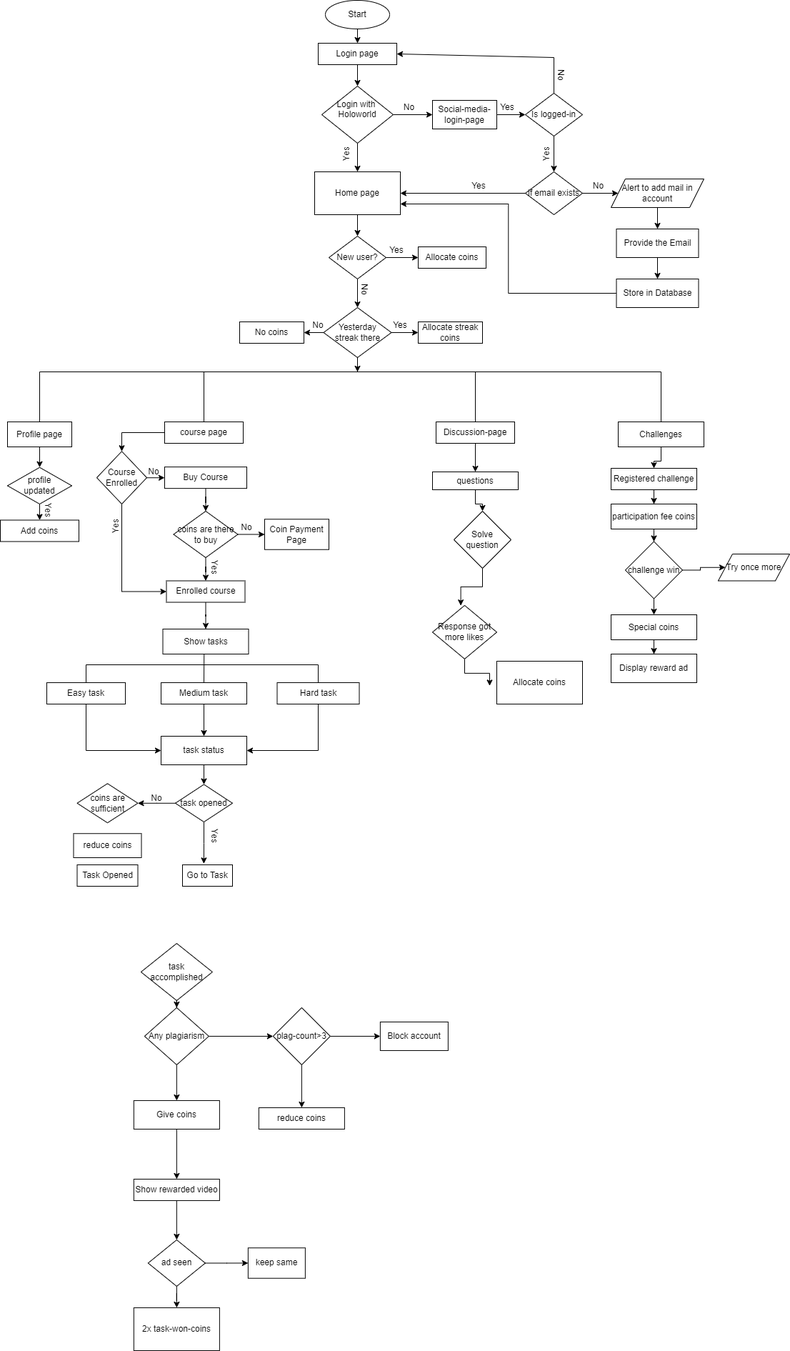
Above: public/Coin-flow-chart.drawio.png in karthiksatish159/googleads (draw.io), before the change. Source tidied: cells renumbered, new cells last; positions are measured from the earlier drawing's top-left corner, leaving out a move shared by most shapes.
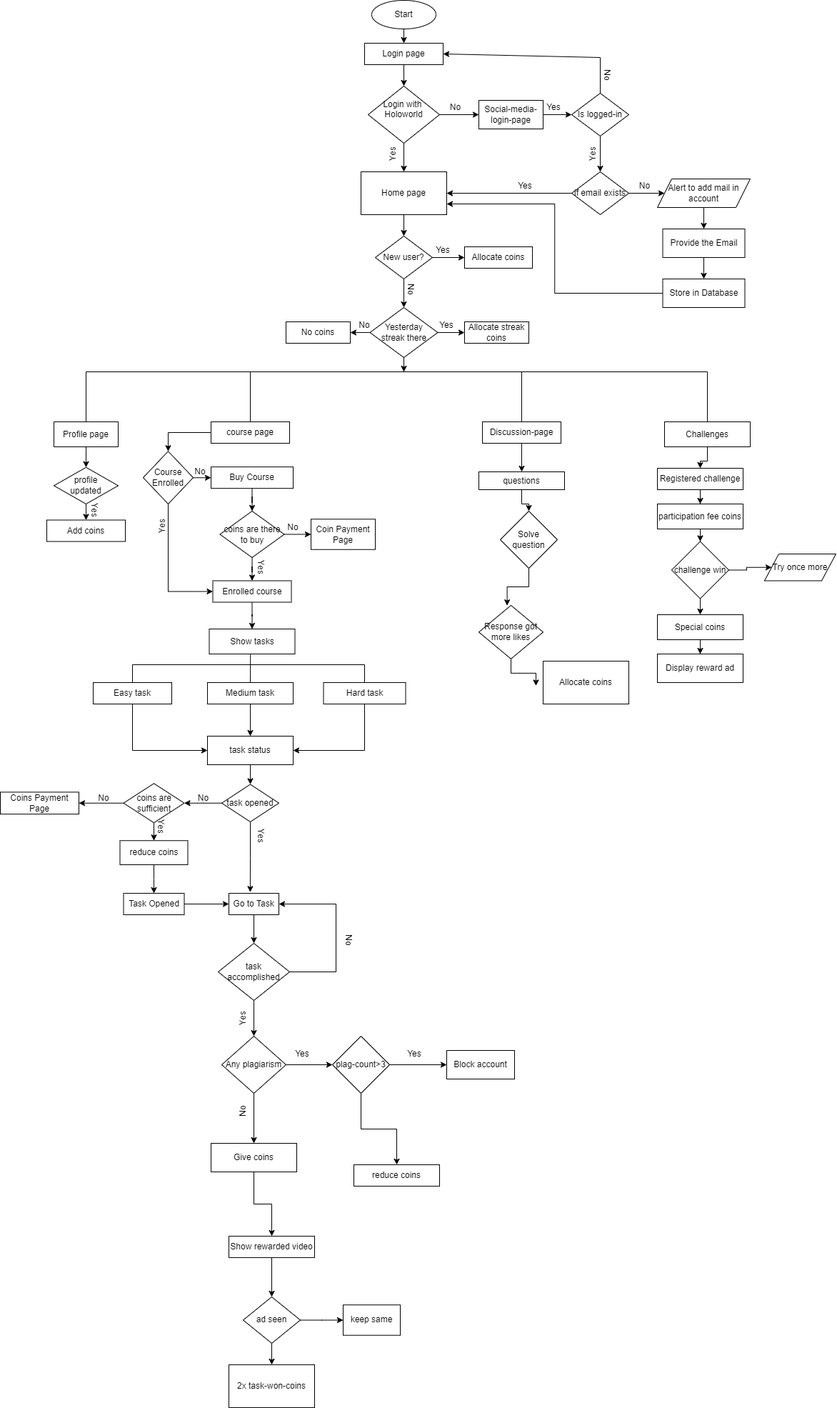
After the change.

The edit, as a diff of the source:
```diff
@@ -85,8 +85,11 @@
     <mxCell id="28" value="task opened" style="rhombus;whiteSpace=wrap;html=1;rounded=0;" parent="1" vertex="1">
       <mxGeometry x="245" y="1097.5" width="80" height="52.5" as="geometry" />
     </mxCell>
+    <mxCell id="136" style="edgeStyle=orthogonalEdgeStyle;rounded=0;jettySize=auto;html=1;" parent="1" edge="1" source="29" target="132">
+      <mxGeometry relative="1" as="geometry" />
+    </mxCell>
     <mxCell id="29" value="reduce coins" style="whiteSpace=wrap;html=1;rounded=0;" parent="1" vertex="1">
-      <mxGeometry x="102.5" y="1166.2" width="95" height="33.8" as="geometry" />
+      <mxGeometry x="102.5" y="1176.2" width="95" height="33.8" as="geometry" />
     </mxCell>
     <mxCell id="30" value="Easy task" style="rounded=0;whiteSpace=wrap;html=1;" parent="1" vertex="1">
       <mxGeometry x="65" y="955" width="110" height="30" as="geometry" />
@@ -107,13 +110,11 @@
     <mxCell id="34" value="Hard task" style="rounded=0;whiteSpace=wrap;html=1;" parent="1" vertex="1">
       <mxGeometry x="387.5" y="955" width="115" height="30" as="geometry" />
     </mxCell>
-    <mxCell id="35" style="edgeStyle=orthogonalEdgeStyle;rounded=0;jettySize=auto;html=1;" parent="1" edge="1" target="39">
-      <mxGeometry relative="1" as="geometry">
-        <mxPoint x="246.9" y="1390.6" as="sourcePoint" />
-      </mxGeometry>
-    </mxCell>
+    <mxCell id="137" style="edgeStyle=orthogonalEdgeStyle;rounded=0;jettySize=auto;html=1;" parent="1" edge="1" source="36" target="39">
+      <mxGeometry relative="1" as="geometry" />
+    </mxCell>
     <mxCell id="36" value="task accomplished" style="rhombus;whiteSpace=wrap;html=1;rounded=0;" parent="1" vertex="1">
-      <mxGeometry x="196.9" y="1320" width="100" height="80" as="geometry" />
+      <mxGeometry x="240" y="1320" width="100" height="80" as="geometry" />
     </mxCell>
     <mxCell id="37" style="edgeStyle=orthogonalEdgeStyle;rounded=0;jettySize=auto;html=1;" parent="1" edge="1" source="39" target="42">
       <mxGeometry relative="1" as="geometry" />
@@ -122,7 +123,7 @@
       <mxGeometry relative="1" as="geometry" />
     </mxCell>
     <mxCell id="39" value="Any plagiarism" style="rhombus;whiteSpace=wrap;html=1;rounded=0;" parent="1" vertex="1">
-      <mxGeometry x="201.9" y="1410" width="90" height="80" as="geometry" />
+      <mxGeometry x="245" y="1450" width="90" height="80" as="geometry" />
     </mxCell>
     <mxCell id="40" style="edgeStyle=orthogonalEdgeStyle;rounded=0;jettySize=auto;html=1;" parent="1" edge="1" source="42" target="43">
       <mxGeometry relative="1" as="geometry" />
@@ -131,25 +132,25 @@
       <mxGeometry relative="1" as="geometry" />
     </mxCell>
     <mxCell id="42" value="plag-count&amp;gt;3" style="rhombus;whiteSpace=wrap;html=1;rounded=0;" parent="1" vertex="1">
-      <mxGeometry x="381.9" y="1410" width="80" height="80" as="geometry" />
+      <mxGeometry x="400" y="1450" width="80" height="80" as="geometry" />
     </mxCell>
     <mxCell id="43" value="Block account" style="whiteSpace=wrap;html=1;rounded=0;" parent="1" vertex="1">
-      <mxGeometry x="531.9" y="1430" width="95" height="40" as="geometry" />
+      <mxGeometry x="560" y="1470" width="95" height="40" as="geometry" />
     </mxCell>
     <mxCell id="44" value="reduce coins" style="whiteSpace=wrap;html=1;rounded=0;" parent="1" vertex="1">
-      <mxGeometry x="361.9" y="1550" width="120" height="30" as="geometry" />
+      <mxGeometry x="430" y="1630" width="120" height="30" as="geometry" />
     </mxCell>
     <mxCell id="45" style="edgeStyle=orthogonalEdgeStyle;rounded=0;jettySize=auto;html=1;" parent="1" edge="1" source="46" target="48">
       <mxGeometry relative="1" as="geometry" />
     </mxCell>
     <mxCell id="46" value="Give coins" style="whiteSpace=wrap;html=1;rounded=0;" parent="1" vertex="1">
-      <mxGeometry x="186.9" y="1540" width="120" height="40" as="geometry" />
+      <mxGeometry x="230" y="1600" width="120" height="40" as="geometry" />
     </mxCell>
     <mxCell id="47" style="edgeStyle=orthogonalEdgeStyle;rounded=0;jettySize=auto;html=1;" parent="1" edge="1" source="48" target="51">
       <mxGeometry relative="1" as="geometry" />
     </mxCell>
     <mxCell id="48" value="Show rewarded video&lt;br&gt;" style="whiteSpace=wrap;html=1;rounded=0;" parent="1" vertex="1">
-      <mxGeometry x="186.9" y="1650" width="120" height="30" as="geometry" />
+      <mxGeometry x="255" y="1730" width="120" height="30" as="geometry" />
     </mxCell>
     <mxCell id="49" style="edgeStyle=orthogonalEdgeStyle;rounded=0;jettySize=auto;html=1;" parent="1" edge="1" source="51" target="52">
       <mxGeometry relative="1" as="geometry" />
@@ -158,13 +159,13 @@
       <mxGeometry relative="1" as="geometry" />
     </mxCell>
     <mxCell id="51" value="ad seen" style="rhombus;whiteSpace=wrap;html=1;rounded=0;" parent="1" vertex="1">
-      <mxGeometry x="206.9" y="1735" width="80" height="65" as="geometry" />
+      <mxGeometry x="275" y="1815" width="80" height="65" as="geometry" />
     </mxCell>
     <mxCell id="52" value="2x task-won-coins" style="whiteSpace=wrap;html=1;rounded=0;" parent="1" vertex="1">
-      <mxGeometry x="186.9" y="1830" width="120" height="60" as="geometry" />
+      <mxGeometry x="255" y="1910" width="120" height="60" as="geometry" />
     </mxCell>
     <mxCell id="53" value="keep same" style="whiteSpace=wrap;html=1;rounded=0;" parent="1" vertex="1">
-      <mxGeometry x="346.9" y="1746.2" width="80" height="42.5" as="geometry" />
+      <mxGeometry x="415" y="1826.2" width="80" height="42.5" as="geometry" />
     </mxCell>
     <mxCell id="54" style="edgeStyle=orthogonalEdgeStyle;rounded=0;jettySize=auto;html=1;" parent="1" edge="1" source="55" target="57">
       <mxGeometry relative="1" as="geometry" />
@@ -436,14 +437,26 @@
         </Array>
       </mxGeometry>
     </mxCell>
+    <mxCell id="138" style="edgeStyle=orthogonalEdgeStyle;rounded=0;jettySize=auto;html=1;" parent="1" edge="1" source="130" target="36">
+      <mxGeometry relative="1" as="geometry" />
+    </mxCell>
     <mxCell id="130" value="Go to Task" style="rounded=0;whiteSpace=wrap;html=1;" parent="1" vertex="1">
-      <mxGeometry x="255" y="1210" width="70" height="30" as="geometry" />
+      <mxGeometry x="255" y="1250" width="70" height="30" as="geometry" />
     </mxCell>
+    <mxCell id="139" style="edgeStyle=orthogonalEdgeStyle;rounded=0;jettySize=auto;html=1;entryX=0.5;entryY=0;entryDx=0;entryDy=0;" parent="1" edge="1" source="131" target="29">
+      <mxGeometry relative="1" as="geometry" />
+    </mxCell>
+    <mxCell id="140" style="edgeStyle=orthogonalEdgeStyle;rounded=0;jettySize=auto;html=1;entryX=1;entryY=0.5;entryDx=0;entryDy=0;" parent="1" edge="1" source="131" target="143">
+      <mxGeometry relative="1" as="geometry" />
+    </mxCell>
     <mxCell id="131" value="coins are sufficient" style="rhombus;whiteSpace=wrap;html=1;" parent="1" vertex="1">
       <mxGeometry x="107.5" y="1096.3" width="85" height="55" as="geometry" />
     </mxCell>
+    <mxCell id="141" style="edgeStyle=orthogonalEdgeStyle;rounded=0;jettySize=auto;html=1;" parent="1" edge="1" source="132" target="130">
+      <mxGeometry relative="1" as="geometry" />
+    </mxCell>
     <mxCell id="132" value="Task Opened" style="rounded=0;whiteSpace=wrap;html=1;" parent="1" vertex="1">
-      <mxGeometry x="107.5" y="1210" width="85" height="30" as="geometry" />
+      <mxGeometry x="107.5" y="1250" width="85" height="30" as="geometry" />
     </mxCell>
     <mxCell id="133" value="No" style="text;html=1;strokeColor=none;fillColor=none;align=center;verticalAlign=middle;whiteSpace=wrap;rounded=0;" parent="1" vertex="1">
       <mxGeometry x="207.5" y="1110" width="22.5" height="13.8" as="geometry" />
@@ -454,5 +467,37 @@
     <mxCell id="135" value="Yes" style="text;html=1;strokeColor=none;fillColor=none;align=center;verticalAlign=middle;whiteSpace=wrap;rounded=0;rotation=90;" parent="1" vertex="1">
       <mxGeometry x="280" y="1160" width="40" height="20" as="geometry" />
     </mxCell>
+    <mxCell id="142" value="Yes" style="text;html=1;strokeColor=none;fillColor=none;align=center;verticalAlign=middle;whiteSpace=wrap;rounded=0;rotation=90;" parent="1" vertex="1">
+      <mxGeometry x="134.4" y="1144.4" width="52.5" height="26.2" as="geometry" />
+    </mxCell>
+    <mxCell id="143" value="Coins Payment Page" style="rounded=0;whiteSpace=wrap;html=1;" parent="1" vertex="1">
+      <mxGeometry x="-65" y="1108.4" width="110" height="30.7" as="geometry" />
+    </mxCell>
+    <mxCell id="144" value="No" style="text;html=1;strokeColor=none;fillColor=none;align=center;verticalAlign=middle;whiteSpace=wrap;rounded=0;" parent="1" vertex="1">
+      <mxGeometry x="50" y="1101.9" width="60" height="30" as="geometry" />
+    </mxCell>
+    <mxCell id="145" value="Yes" style="text;html=1;strokeColor=none;fillColor=none;align=center;verticalAlign=middle;whiteSpace=wrap;rounded=0;rotation=-90;" parent="1" vertex="1">
+      <mxGeometry x="245" y="1410" width="60" height="30" as="geometry" />
+    </mxCell>
+    <mxCell id="146" style="endArrow=classic;html=1;rounded=0;entryX=1;entryY=0.5;entryDx=0;entryDy=0;exitX=1;exitY=0.5;exitDx=0;exitDy=0;" parent="1" edge="1" source="36" target="130">
+      <mxGeometry relative="1" as="geometry">
+        <Array as="points">
+          <mxPoint x="405" y="1360" />
+          <mxPoint x="405" y="1265" />
+        </Array>
+      </mxGeometry>
+    </mxCell>
+    <mxCell id="147" value="No" style="text;html=1;strokeColor=none;fillColor=none;align=center;verticalAlign=middle;whiteSpace=wrap;rounded=0;rotation=90;" parent="1" vertex="1">
+      <mxGeometry x="392.5" y="1300" width="60" height="30" as="geometry" />
+    </mxCell>
+    <mxCell id="148" value="No" style="text;html=1;strokeColor=none;fillColor=none;align=center;verticalAlign=middle;whiteSpace=wrap;rounded=0;rotation=-90;" parent="1" vertex="1">
+      <mxGeometry x="245" y="1540" width="60" height="30" as="geometry" />
+    </mxCell>
+    <mxCell id="149" value="Yes" style="text;html=1;strokeColor=none;fillColor=none;align=center;verticalAlign=middle;whiteSpace=wrap;rounded=0;" parent="1" vertex="1">
+      <mxGeometry x="327.5" y="1460" width="60" height="30" as="geometry" />
+    </mxCell>
+    <mxCell id="150" value="Yes" style="text;html=1;strokeColor=none;fillColor=none;align=center;verticalAlign=middle;whiteSpace=wrap;rounded=0;" parent="1" vertex="1">
+      <mxGeometry x="485" y="1460" width="60" height="30" as="geometry" />
+    </mxCell>
   </root>
 </mxGraphModel>
```
